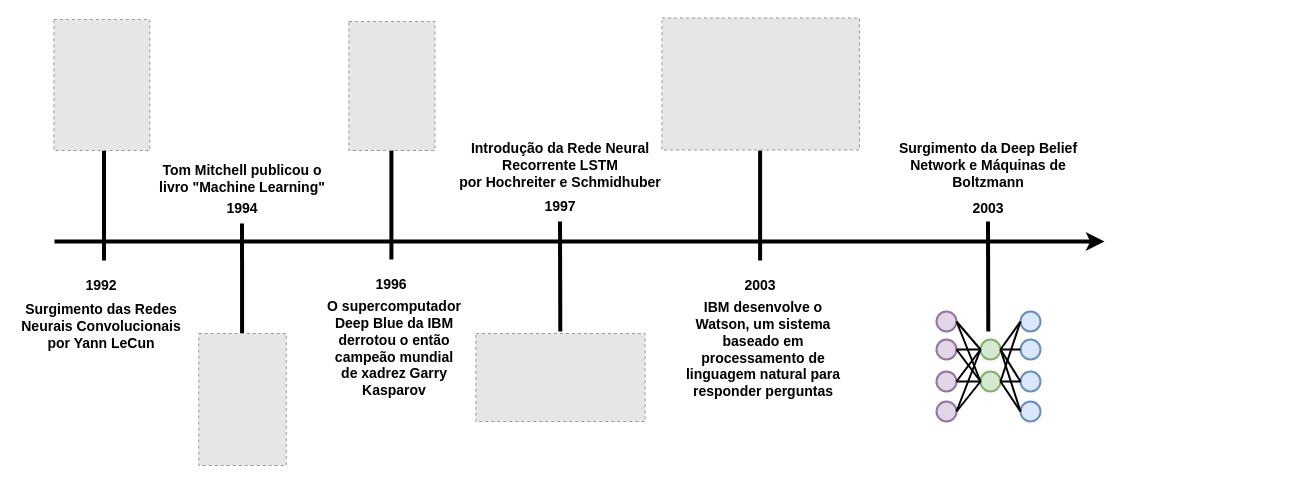
This is timeline9020.drawio from giacicunb/iagora, a draw.io file, before an edit. Source tidied: cells renumbered, new cells numbered last; positions are measured from the earlier drawing's top-left corner, leaving out a move shared by most shapes. Both pictures are drawn from the tidied source at 100%, with x=0, y=0 at pixel (16, 17). Pictures stored in the file or linked from it are replaced by grey dashed boxes.
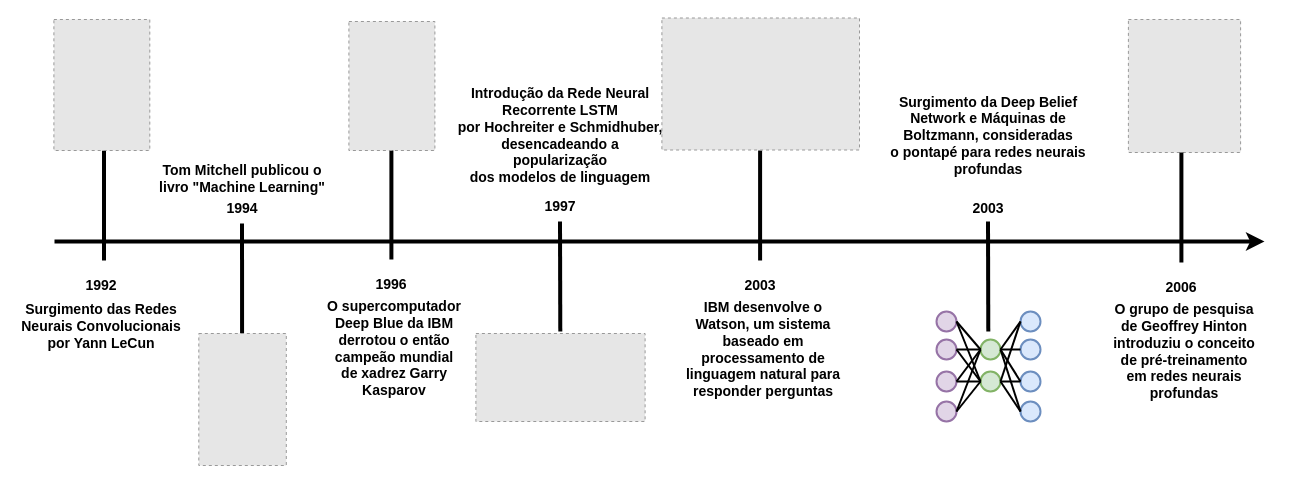
After the change.

What changed in the source:
```diff
@@
     <mxCell id="2" style="endArrow=classic;html=1;rounded=0;strokeWidth=4;" parent="1" edge="1">
       <mxGeometry relative="1" as="geometry">
         <mxPoint x="38" y="224" as="sourcePoint" />
-        <mxPoint x="1088" y="224" as="targetPoint" />
+        <mxPoint x="1248" y="224" as="targetPoint" />
       </mxGeometry>
     </mxCell>
@@
-    <mxCell id="17" value="&lt;div style=&quot;font-size: 14px;&quot;&gt;Introdução da Rede Neural Recorrente LSTM&lt;/div&gt;&lt;div style=&quot;font-size: 14px;&quot;&gt;por&amp;nbsp;&lt;strong style=&quot;background-color: initial;&quot;&gt;Hochreiter&lt;/strong&gt;&lt;span style=&quot;background-color: initial;&quot;&gt; e&amp;nbsp;&lt;/span&gt;&lt;strong style=&quot;background-color: initial;&quot;&gt;Schmidhuber&lt;/strong&gt;&lt;/div&gt;" style="text;html=1;align=center;verticalAlign=middle;whiteSpace=wrap;rounded=0;fontSize=14;fontStyle=1;" parent="1" vertex="1">
-      <mxGeometry x="440" y="133" width="208" height="30" as="geometry" />
+    <mxCell id="17" value="&lt;div style=&quot;font-size: 14px;&quot;&gt;Introdução da Rede Neural Recorrente LSTM&lt;/div&gt;&lt;div style=&quot;font-size: 14px;&quot;&gt;por&amp;nbsp;&lt;strong style=&quot;background-color: initial;&quot;&gt;Hochreiter&lt;/strong&gt;&lt;span style=&quot;background-color: initial;&quot;&gt; e&amp;nbsp;&lt;/span&gt;&lt;strong style=&quot;background-color: initial;&quot;&gt;Schmidhuber, desencadeando a popularização&lt;/strong&gt;&lt;/div&gt;&lt;div style=&quot;font-size: 14px;&quot;&gt;&lt;strong style=&quot;background-color: initial;&quot;&gt;dos modelos de linguagem&lt;/strong&gt;&lt;/div&gt;" style="text;html=1;align=center;verticalAlign=middle;whiteSpace=wrap;rounded=0;fontSize=14;fontStyle=1;" parent="1" vertex="1">
+      <mxGeometry x="440" y="103" width="208" height="30" as="geometry" />
     </mxCell>
@@
-    <mxCell id="21" value="&lt;div style=&quot;font-size: 14px;&quot;&gt;Surgimento da Deep Belief Network e Máquinas de Boltzmann&lt;/div&gt;" style="text;html=1;align=center;verticalAlign=middle;whiteSpace=wrap;rounded=0;fontSize=14;fontStyle=1;" parent="1" vertex="1">
-      <mxGeometry x="868" y="133" width="208" height="30" as="geometry" />
+    <mxCell id="21" value="&lt;div style=&quot;font-size: 14px;&quot;&gt;Surgimento da Deep Belief Network e Máquinas de Boltzmann, consideradas&lt;/div&gt;&lt;div style=&quot;font-size: 14px;&quot;&gt;o pontapé para redes neurais profundas&lt;/div&gt;" style="text;html=1;align=center;verticalAlign=middle;whiteSpace=wrap;rounded=0;fontSize=14;fontStyle=1;" parent="1" vertex="1">
+      <mxGeometry x="868" y="103" width="208" height="30" as="geometry" />
     </mxCell>
@@
+    <mxCell id="51" style="fillColor=#E6E6E6;strokeColor=#999999;dashed=1;verticalLabelPosition=bottom;labelBackgroundColor=default;verticalAlign=top;" parent="1" vertex="1">
+      <mxGeometry x="1111.9" y="2" width="112.2" height="133" as="geometry" />
+    </mxCell>
+    <mxCell id="52" value="2006" style="text;html=1;align=center;verticalAlign=middle;whiteSpace=wrap;rounded=0;fontSize=14;fontStyle=1;" parent="1" vertex="1">
+      <mxGeometry x="1135.4" y="255" width="60" height="30" as="geometry" />
+    </mxCell>
+    <mxCell id="53" value="O grupo de pesquisa de Geoffrey Hinton introduziu o conceito de pré-treinamento&lt;div&gt;em redes neurais profundas&lt;/div&gt;" style="text;html=1;align=center;verticalAlign=middle;whiteSpace=wrap;rounded=0;fontSize=14;fontStyle=1;" parent="1" vertex="1">
+      <mxGeometry x="1088" y="319" width="160" height="30" as="geometry" />
+    </mxCell>
+    <mxCell id="54" style="endArrow=none;html=1;rounded=0;entryX=0.5;entryY=1;entryDx=0;entryDy=0;strokeWidth=4;fontSize=14;fontStyle=1;" parent="1" edge="1">
+      <mxGeometry relative="1" as="geometry">
+        <mxPoint x="1164.9" y="245" as="sourcePoint" />
+        <mxPoint x="1164.9" y="135" as="targetPoint" />
+      </mxGeometry>
+    </mxCell>
```
